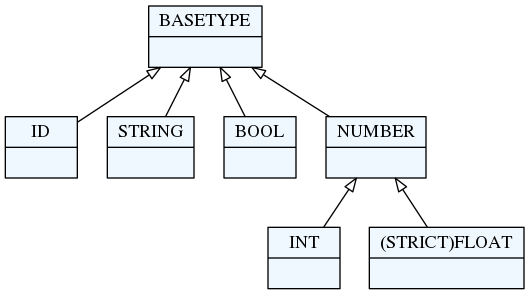
textX/textX keeps this Graphviz diagram as docs/images/base_types.png. Above is the earlier version. Its source is kept beside it as docs/images/base_types.dot. Source of this version:
```dot
    digraph xtext {
    fontname = "Bitstream Vera Sans"
    fontsize = 8
    node[
        shape=record,
        style=filled,
        fillcolor=aliceblue
    ]
    nodesep = 0.3
    edge[dir=black,arrowtail=empty]

33158696[ label="{ID|}"]

33337688[ label="{STRING|}"]

33342632[ label="{BOOL|}"]

33347576[ label="{INT|}"]


33358648[ label="{(STRICT)FLOAT|}"]

33364184[ label="{NUMBER|}"]
33364184 -> 33358648 [dir=back]
33364184 -> 33347576 [dir=back]

33369720[ label="{BASETYPE|}"]
33369720 -> 33364184 [dir=back]
33369720 -> 33342632 [dir=back]
33369720 -> 33158696 [dir=back]
33369720 -> 33337688 [dir=back]



}
```
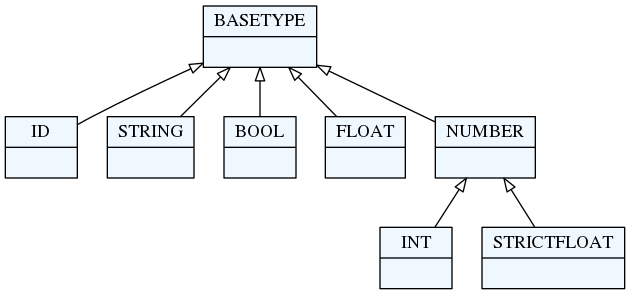
After the commit.

What changed in the source:
```diff
@@ -17,8 +17,9 @@
 
 33347576[ label="{INT|}"]
 
+33353112[ label="{FLOAT|}"]
 
-33358648[ label="{(STRICT)FLOAT|}"]
+33358648[ label="{STRICTFLOAT|}"]
 
 33364184[ label="{NUMBER|}"]
 33364184 -> 33358648 [dir=back]
@@ -26,6 +27,7 @@
 
 33369720[ label="{BASETYPE|}"]
 33369720 -> 33364184 [dir=back]
+33369720 -> 33353112 [dir=back]
 33369720 -> 33342632 [dir=back]
 33369720 -> 33158696 [dir=back]
 33369720 -> 33337688 [dir=back]
```
